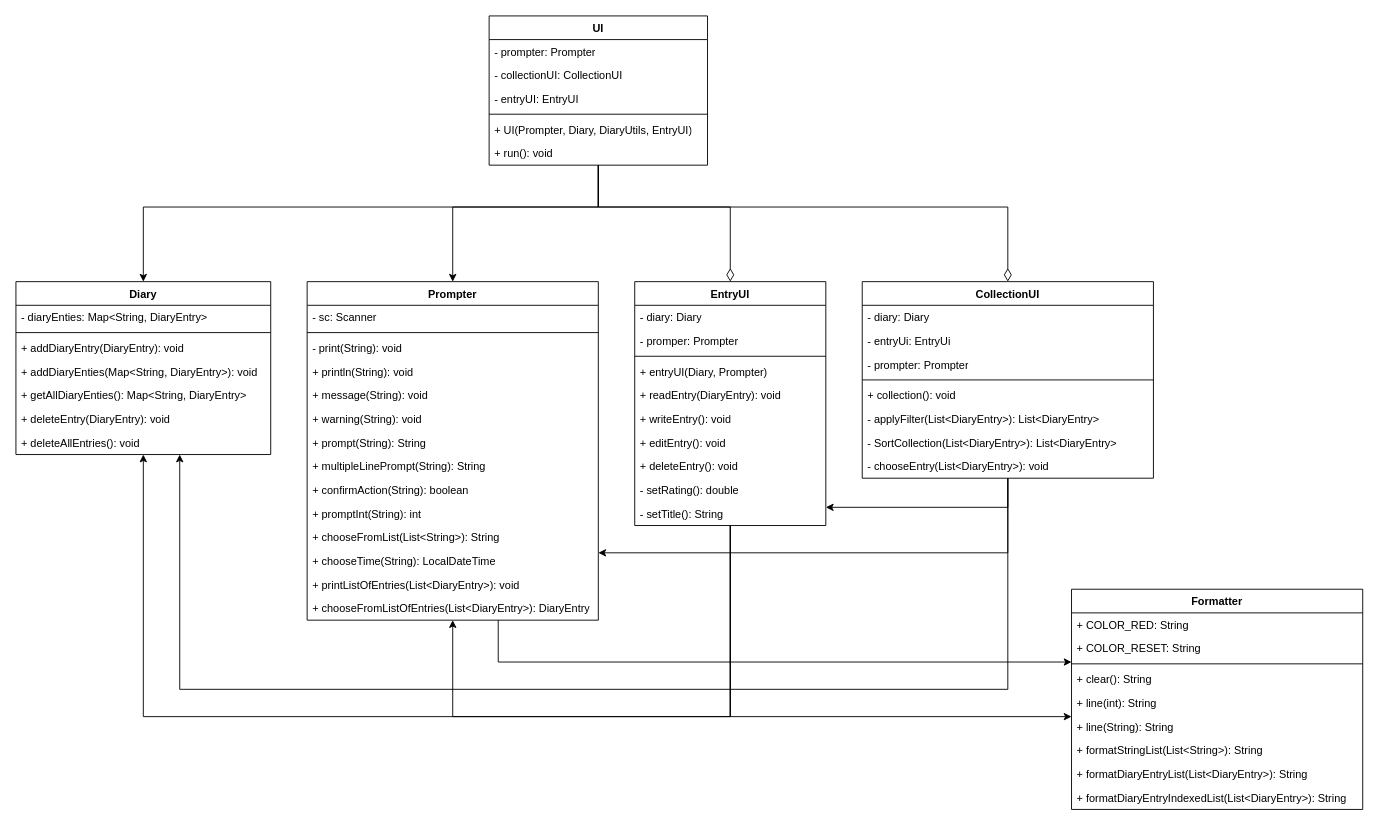
NTNU-IDI/mappe-2025-eliashaugsbakk keeps this draw.io diagram as diagrams/UiClassesDiagram.drawio. Above is the earlier version. Source tidied: cells renumbered, new cells numbered last; positions are measured from the earlier drawing's top-left corner, leaving out a move shared by most shapes. Both pictures are drawn from the tidied source at 91%, with x=0, y=0 at pixel (15, 15).
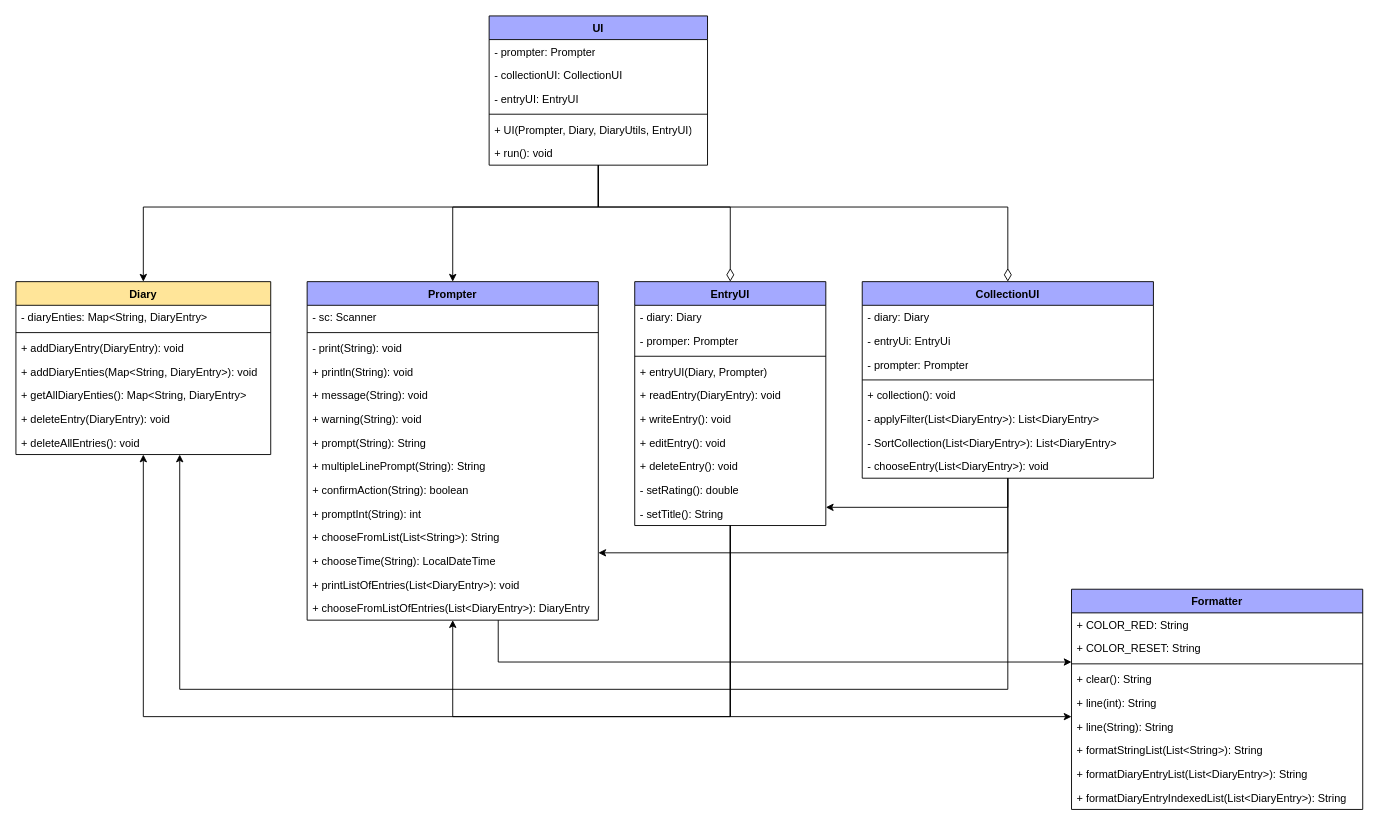
The same diagram, later.

Change to the diagram source:
```diff
@@
-    <mxCell id="6" value="UI" style="swimlane;fontStyle=1;align=center;verticalAlign=top;horizontal=1;startSize=26;whiteSpace=wrap;html=1;" parent="1" vertex="1">
+    <mxCell id="6" value="UI" style="swimlane;fontStyle=1;align=center;verticalAlign=top;horizontal=1;startSize=26;whiteSpace=wrap;html=1;fillColor=#A4A9FF;" parent="1" vertex="1">
       <mxGeometry x="520" width="240" height="164" as="geometry" />
     </mxCell>
@@
-    <mxCell id="14" value="Prompter" style="swimlane;fontStyle=1;align=center;verticalAlign=top;horizontal=1;startSize=26;whiteSpace=wrap;html=1;" parent="1" vertex="1">
+    <mxCell id="14" value="Prompter" style="swimlane;fontStyle=1;align=center;verticalAlign=top;horizontal=1;startSize=26;whiteSpace=wrap;html=1;fillColor=#A4A9FF;" parent="1" vertex="1">
       <mxGeometry x="320" y="292" width="320" height="372" as="geometry" />
     </mxCell>
@@
-    <mxCell id="29" value="Formatter" style="swimlane;fontStyle=1;align=center;verticalAlign=top;horizontal=1;startSize=26;whiteSpace=wrap;html=1;" parent="1" vertex="1">
+    <mxCell id="29" value="Formatter" style="swimlane;fontStyle=1;align=center;verticalAlign=top;horizontal=1;startSize=26;whiteSpace=wrap;html=1;fillColor=#A4A9FF;" parent="1" vertex="1">
       <mxGeometry x="1160" y="630" width="320" height="242" as="geometry" />
     </mxCell>
@@
-    <mxCell id="42" value="EntryUI" style="swimlane;fontStyle=1;align=center;verticalAlign=top;horizontal=1;startSize=26;whiteSpace=wrap;html=1;" parent="1" vertex="1">
+    <mxCell id="42" value="EntryUI" style="swimlane;fontStyle=1;align=center;verticalAlign=top;horizontal=1;startSize=26;whiteSpace=wrap;html=1;fillColor=#A4A9FF;" parent="1" vertex="1">
       <mxGeometry x="680" y="292" width="210" height="268" as="geometry" />
     </mxCell>
@@
-    <mxCell id="56" value="CollectionUI" style="swimlane;fontStyle=1;align=center;verticalAlign=top;horizontal=1;startSize=26;whiteSpace=wrap;html=1;" parent="1" vertex="1">
+    <mxCell id="56" value="CollectionUI" style="swimlane;fontStyle=1;align=center;verticalAlign=top;horizontal=1;startSize=26;whiteSpace=wrap;html=1;fillColor=#A4A9FF;" parent="1" vertex="1">
       <mxGeometry x="930" y="292" width="320" height="216" as="geometry" />
     </mxCell>
@@
-    <mxCell id="65" value="Diary" style="swimlane;fontStyle=1;align=center;verticalAlign=top;horizontal=1;startSize=26;whiteSpace=wrap;html=1;" parent="1" vertex="1">
+    <mxCell id="65" value="Diary" style="swimlane;fontStyle=1;align=center;verticalAlign=top;horizontal=1;startSize=26;whiteSpace=wrap;html=1;fillColor=#FFE599;" parent="1" vertex="1">
       <mxGeometry y="292" width="280" height="190" as="geometry" />
     </mxCell>
```
